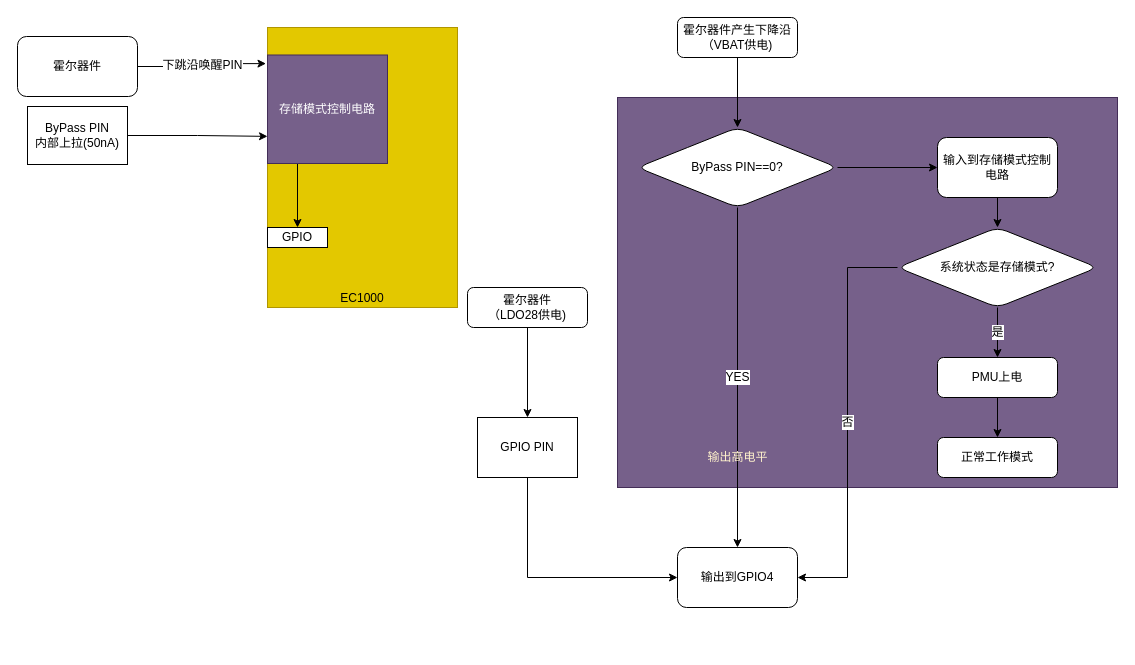
This is page "PIN" (3 of 3) of Chip Functional Mode.drawio from fenixchen/work, a draw.io file, before an edit. Source tidied: cells renumbered, new cells numbered last; positions are measured from the earlier drawing's top-left corner, leaving out a move shared by most shapes. Both pictures are drawn from the tidied source at 100%, with x=0, y=0 at pixel (17, 17).
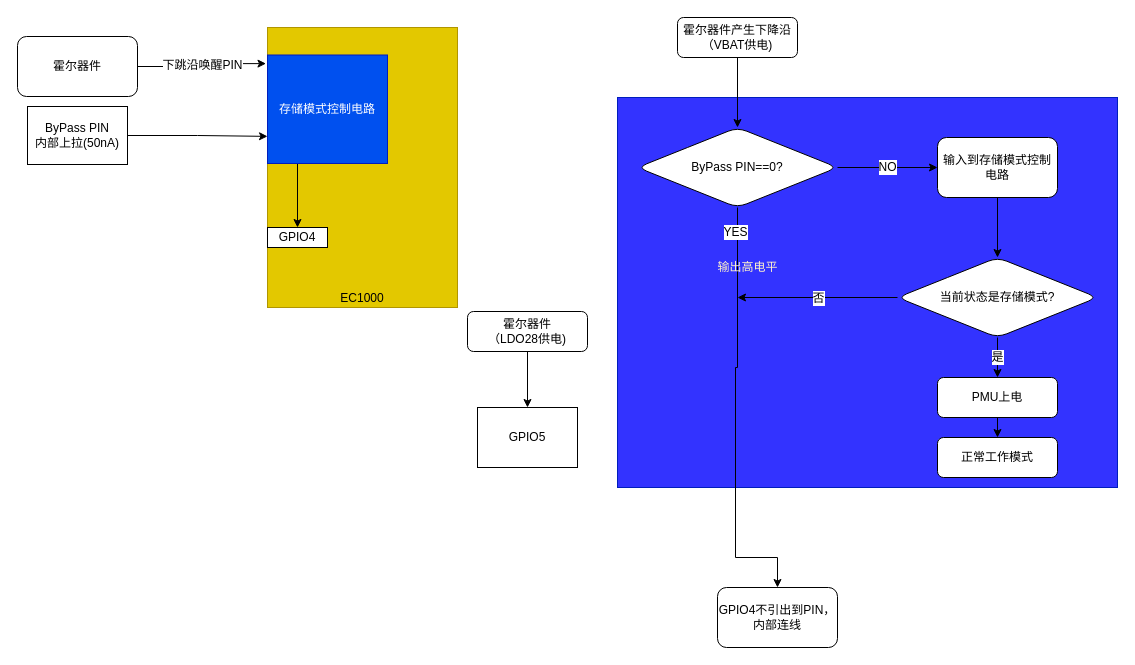
After the change.

Unchanged cells that the change refers to:
```xml
<mxCell id="13" value="ByPass PIN==0?" style="rhombus;whiteSpace=wrap;html=1;rounded=1;fontSize=12;fontColor=#000000;strokeColor=#000000;" parent="1" vertex="1">
  <mxGeometry x="620" y="110" width="200" height="80" as="geometry" />
</mxCell>
<mxCell id="16" value="输入到存储模式控制电路" style="rounded=1;whiteSpace=wrap;html=1;fontSize=12;fontColor=#000000;strokeColor=#000000;" parent="1" vertex="1">
  <mxGeometry x="920" y="120" width="120" height="60" as="geometry" />
</mxCell>
```

What changed in the source:
```diff
@@
-    <mxCell id="2" style="rounded=0;whiteSpace=wrap;html=1;fontSize=12;fontColor=#ffffff;strokeColor=#432D57;fillColor=#76608a;" parent="1" vertex="1">
+    <mxCell id="2" style="rounded=0;whiteSpace=wrap;html=1;fontSize=12;strokeColor=#001DBC;fillColor=#3333FF;fontColor=#ffffff;" parent="1" vertex="1">
       <mxGeometry x="600" y="80" width="500" height="390" as="geometry" />
     </mxCell>
@@
-    <mxCell id="6" value="GPIO" style="rounded=0;whiteSpace=wrap;html=1;fontSize=12;fontColor=#000000;strokeColor=#000000;" parent="1" vertex="1">
+    <mxCell id="6" value="GPIO4" style="rounded=0;whiteSpace=wrap;html=1;fontSize=12;fontColor=#000000;strokeColor=#000000;" parent="1" vertex="1">
       <mxGeometry x="250" y="210" width="60" height="20" as="geometry" />
     </mxCell>
@@
-    <mxCell id="8" value="存储模式控制电路" style="rounded=0;whiteSpace=wrap;html=1;fontSize=12;fontColor=#ffffff;strokeColor=#432D57;fillColor=#76608a;" parent="1" vertex="1">
+    <mxCell id="8" value="存储模式控制电路" style="rounded=0;whiteSpace=wrap;html=1;fontSize=12;fontColor=#ffffff;strokeColor=#001DBC;fillColor=#0050ef;" parent="1" vertex="1">
       <mxGeometry x="250" y="37.5" width="120" height="108.5" as="geometry" />
     </mxCell>
@@
     <mxCell id="11" value="YES" style="edgeStyle=orthogonalEdgeStyle;rounded=0;jettySize=auto;html=1;exitX=0.5;exitY=1;exitDx=0;exitDy=0;entryX=0.5;entryY=0;entryDx=0;entryDy=0;fontSize=12;fontColor=#000000;strokeColor=#000000;strokeWidth=1;fillColor=#f8cecc;" parent="1" edge="1" source="13" target="14">
-      <mxGeometry relative="1" as="geometry" />
+      <mxGeometry x="-0.88" y="-2" relative="1" as="geometry">
+        <Array as="points">
+          <mxPoint x="720" y="350" />
+          <mxPoint x="718" y="350" />
+          <mxPoint x="718" y="540" />
+        </Array>
+      </mxGeometry>
     </mxCell>
-    <mxCell id="12" style="edgeStyle=orthogonalEdgeStyle;rounded=0;jettySize=auto;html=1;exitX=1;exitY=0.5;exitDx=0;exitDy=0;entryX=0;entryY=0.5;entryDx=0;entryDy=0;fontSize=12;fontColor=#000000;strokeColor=#000000;strokeWidth=1;fillColor=#f8cecc;" parent="1" edge="1" source="13" target="16">
+    <mxCell id="12" value="NO" style="edgeStyle=orthogonalEdgeStyle;rounded=0;jettySize=auto;html=1;exitX=1;exitY=0.5;exitDx=0;exitDy=0;entryX=0;entryY=0.5;entryDx=0;entryDy=0;fontSize=12;fontColor=#000000;strokeColor=#000000;strokeWidth=1;fillColor=#f8cecc;" parent="1" edge="1" source="13" target="16">
       <mxGeometry relative="1" as="geometry" />
     </mxCell>
@@
-    <mxCell id="14" value="输出到GPIO4" style="rounded=1;whiteSpace=wrap;html=1;fontSize=12;fontColor=#000000;strokeColor=#000000;" parent="1" vertex="1">
-      <mxGeometry x="660" y="530" width="120" height="60" as="geometry" />
+    <mxCell id="14" value="GPIO4不引出到PIN，内部连线" style="rounded=1;whiteSpace=wrap;html=1;fontSize=12;fontColor=#000000;strokeColor=#000000;" parent="1" vertex="1">
+      <mxGeometry x="700" y="570" width="120" height="60" as="geometry" />
     </mxCell>
@@
-    <mxCell id="18" value="否" style="edgeStyle=orthogonalEdgeStyle;rounded=0;jettySize=auto;html=1;exitX=0;exitY=0.5;exitDx=0;exitDy=0;entryX=1;entryY=0.5;entryDx=0;entryDy=0;fontSize=12;fontColor=#000000;strokeColor=#000000;strokeWidth=1;fillColor=#f8cecc;" parent="1" edge="1" source="19" target="14">
-      <mxGeometry relative="1" as="geometry" />
+    <mxCell id="18" value="否" style="edgeStyle=orthogonalEdgeStyle;rounded=0;jettySize=auto;html=1;exitX=0;exitY=0.5;exitDx=0;exitDy=0;fontSize=12;fontColor=#000000;strokeColor=#000000;strokeWidth=1;fillColor=#f8cecc;" parent="1" edge="1" source="19">
+      <mxGeometry relative="1" as="geometry">
+        <mxPoint x="720" y="280" as="targetPoint" />
+      </mxGeometry>
     </mxCell>
-    <mxCell id="19" value="系统状态是存储模式?" style="rhombus;whiteSpace=wrap;html=1;rounded=1;fontSize=12;fontColor=#000000;strokeColor=#000000;" parent="1" vertex="1">
-      <mxGeometry x="880" y="210" width="200" height="80" as="geometry" />
+    <mxCell id="19" value="当前状态是存储模式?" style="rhombus;whiteSpace=wrap;html=1;rounded=1;fontSize=12;fontColor=#000000;strokeColor=#000000;" parent="1" vertex="1">
+      <mxGeometry x="880" y="240" width="200" height="80" as="geometry" />
     </mxCell>
@@
     <mxCell id="21" value="PMU上电" style="rounded=1;whiteSpace=wrap;html=1;fontSize=12;fontColor=#000000;strokeColor=#000000;" parent="1" vertex="1">
-      <mxGeometry x="920" y="340" width="120" height="40" as="geometry" />
+      <mxGeometry x="920" y="360" width="120" height="40" as="geometry" />
     </mxCell>
@@
-    <mxCell id="25" style="edgeStyle=orthogonalEdgeStyle;rounded=0;jettySize=auto;html=1;exitX=0.5;exitY=1;exitDx=0;exitDy=0;entryX=0;entryY=0.5;entryDx=0;entryDy=0;fontSize=12;fontColor=#000000;strokeColor=#000000;strokeWidth=1;fillColor=#f8cecc;" parent="1" edge="1" source="26" target="14">
-      <mxGeometry relative="1" as="geometry" />
-    </mxCell>
-    <mxCell id="26" value="GPIO PIN" style="rounded=0;whiteSpace=wrap;html=1;fontSize=12;fontColor=#000000;strokeColor=#000000;" parent="1" vertex="1">
-      <mxGeometry x="460" y="400" width="100" height="60" as="geometry" />
+    <mxCell id="26" value="GPIO5" style="rounded=0;whiteSpace=wrap;html=1;fontSize=12;fontColor=#000000;strokeColor=#000000;" parent="1" vertex="1">
+      <mxGeometry x="460" y="390" width="100" height="60" as="geometry" />
     </mxCell>
     <mxCell id="27" value="输出高电平" style="text;html=1;align=center;verticalAlign=middle;fillColor=none;strokeColor=none;rounded=0;fontSize=12;fontColor=#FFF2CC;" parent="1" vertex="1">
-      <mxGeometry x="680" y="430" width="80" height="20" as="geometry" />
+      <mxGeometry x="690" y="240" width="80" height="20" as="geometry" />
     </mxCell>
@@
     <mxCell id="29" value="霍尔器件&lt;br&gt;（LDO28供电)" style="rounded=1;whiteSpace=wrap;html=1;fontSize=12;fontColor=#000000;strokeColor=#000000;" parent="1" vertex="1">
-      <mxGeometry x="450" y="270" width="120" height="40" as="geometry" />
+      <mxGeometry x="450" y="294" width="120" height="40" as="geometry" />
     </mxCell>
```
